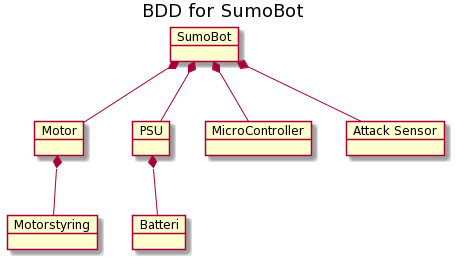
This is Diagrammer/SumoBot/SumoBot_Bdd/SumoBot_Bdd.png from Solvgraa-mager/E3PRJ3, a PlantUML export, as it was before one commit.
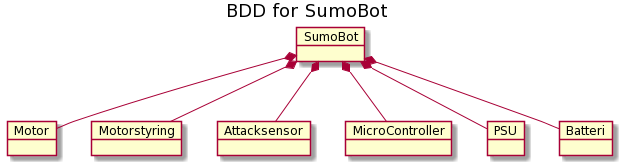
After the commit.

Commit message:
SumoBot bdd update

What changed in the source:
```diff
@@ -6,15 +6,15 @@
 object "SumoBot" as SumoBot
 object "Motor" as Motor
 object "Motorstyring" as Motorstyring
+object "Attacksensor" as attacksensor
+object "MicroController" as MC
 object "PSU" as PSU
 object "Batteri" as Batteri
-object "MicroController" as muc_SumoBot
-object "Attack Sensor" as AttackSensor
 
 SumoBot *-- Motor
-  Motor *-- Motorstyring
+SumoBot *-- Batteri
+SumoBot *-- MC
+SumoBot *-- Motorstyring
 SumoBot *-- PSU
-  PSU *-- Batteri
-SumoBot *-- muc_SumoBot
-SumoBot *-- AttackSensor
+SumoBot *-- attacksensor
 @enduml
```
